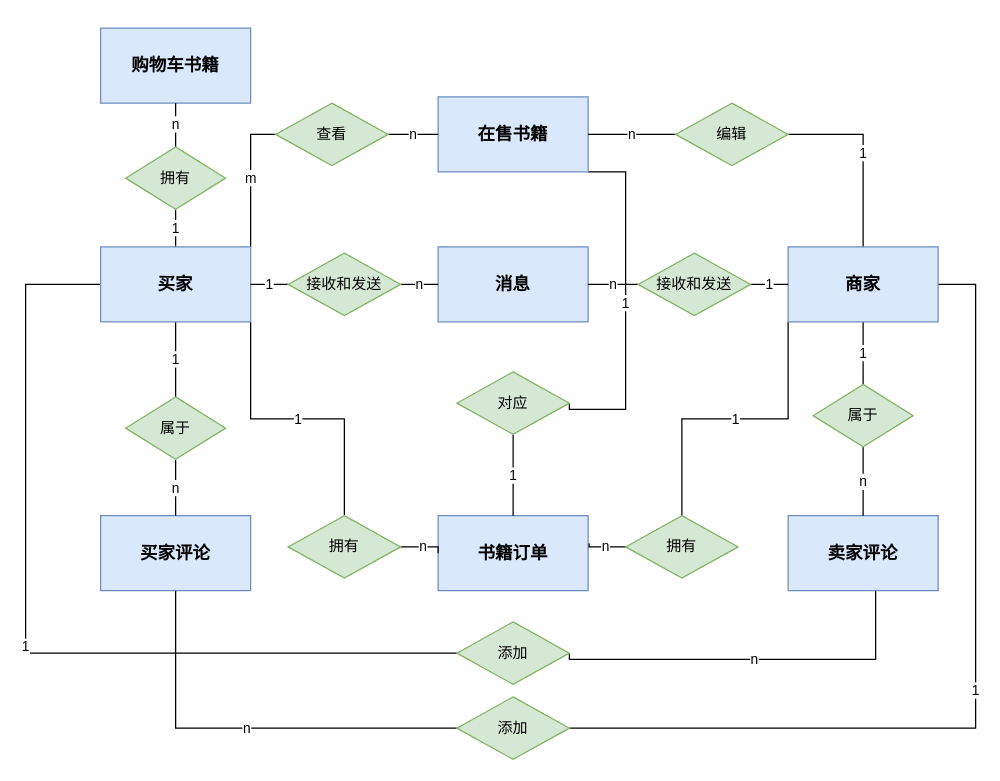
This is ER图改.drawio from Nala-YN/DatabaseWebApp, a draw.io file, before an edit. Source tidied: cells renumbered, new cells numbered last; positions are measured from the earlier drawing's top-left corner, leaving out a move shared by most shapes. Both pictures are drawn from the tidied source at 125%, with x=0, y=0 at pixel (25, 28).
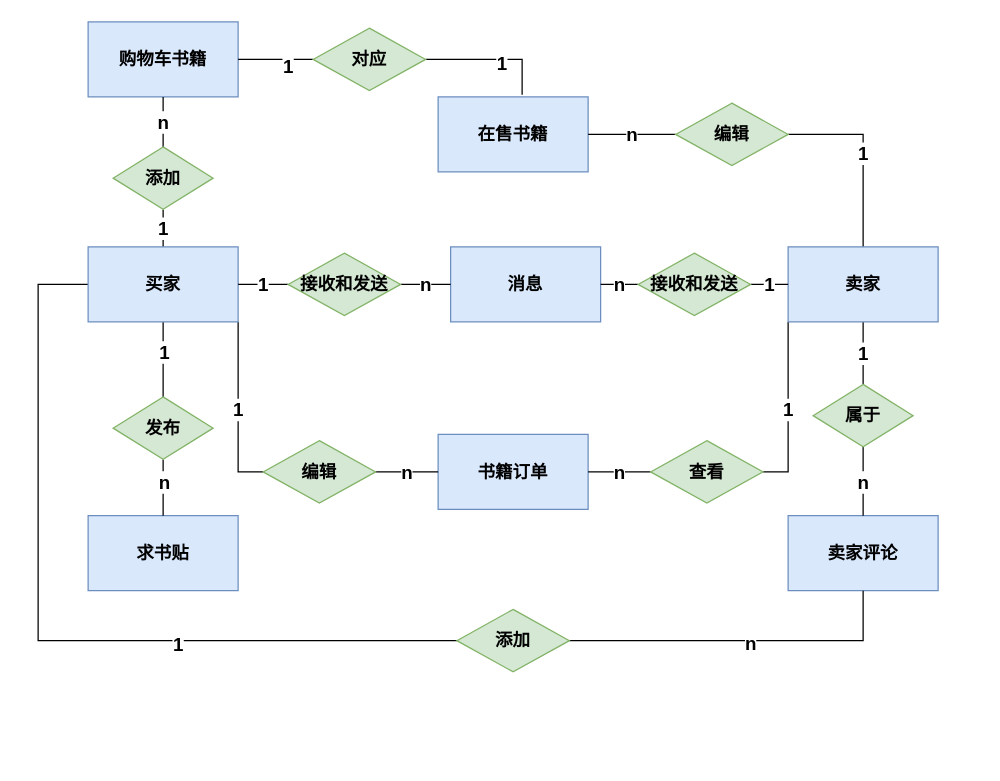
The same diagram, later.

Unchanged cells that the change refers to:
```xml
<mxCell id="14" value="&lt;font style=&quot;font-size: 14px;&quot;&gt;&lt;b&gt;在售书籍&lt;/b&gt;&lt;/font&gt;" style="rounded=0;whiteSpace=wrap;html=1;fillColor=#dae8fc;strokeColor=#6c8ebf;" parent="1" vertex="1">
  <mxGeometry x="330" y="55" width="120" height="60" as="geometry" />
</mxCell>
<mxCell id="19" value="&lt;font style=&quot;font-size: 14px;&quot;&gt;&lt;b&gt;卖家评论&lt;/b&gt;&lt;/font&gt;" style="rounded=0;whiteSpace=wrap;html=1;fillColor=#dae8fc;strokeColor=#6c8ebf;" parent="1" vertex="1">
  <mxGeometry x="610" y="390" width="120" height="60" as="geometry" />
</mxCell>
```

The edit, as a diff of the source:
```diff
@@
-    <mxCell id="2" value="1" style="edgeStyle=none;rounded=0;jettySize=auto;html=1;exitX=0.5;exitY=1;exitDx=0;exitDy=0;entryX=0.5;entryY=0;entryDx=0;entryDy=0;endArrow=none;endFill=0;" parent="1" edge="1" source="7" target="21">
-      <mxGeometry relative="1" as="geometry" />
-    </mxCell>
-    <mxCell id="3" value="1" style="edgeStyle=orthogonalEdgeStyle;rounded=0;jettySize=auto;html=1;exitX=1;exitY=1;exitDx=0;exitDy=0;entryX=0.5;entryY=0;entryDx=0;entryDy=0;endArrow=none;endFill=0;" parent="1" edge="1" source="7" target="31">
+    <mxCell id="3" value="1" style="edgeStyle=orthogonalEdgeStyle;rounded=0;jettySize=auto;html=1;exitX=1;exitY=1;exitDx=0;exitDy=0;entryX=0;entryY=0.5;entryDx=0;entryDy=0;endArrow=none;endFill=0;fontSize=15;fontStyle=1;" parent="1" edge="1" source="7" target="31">
       <mxGeometry relative="1" as="geometry" />
     </mxCell>
-    <mxCell id="4" value="1" style="edgeStyle=orthogonalEdgeStyle;rounded=0;jettySize=auto;html=1;exitX=0.5;exitY=0;exitDx=0;exitDy=0;entryX=0.5;entryY=1;entryDx=0;entryDy=0;endArrow=none;endFill=0;" parent="1" edge="1" source="7" target="35">
+    <mxCell id="4" value="1" style="edgeStyle=orthogonalEdgeStyle;rounded=0;jettySize=auto;html=1;exitX=0.5;exitY=0;exitDx=0;exitDy=0;entryX=0.5;entryY=1;entryDx=0;entryDy=0;endArrow=none;endFill=0;fontSize=15;fontStyle=1;" parent="1" edge="1" source="7" target="35">
       <mxGeometry relative="1" as="geometry" />
     </mxCell>
-    <mxCell id="5" value="m" style="edgeStyle=orthogonalEdgeStyle;rounded=0;jettySize=auto;html=1;exitX=1;exitY=0;exitDx=0;exitDy=0;endArrow=none;endFill=0;entryX=0;entryY=0.5;entryDx=0;entryDy=0;" parent="1" edge="1" source="7" target="39">
-      <mxGeometry relative="1" as="geometry" />
-    </mxCell>
-    <mxCell id="6" value="1" style="edgeStyle=orthogonalEdgeStyle;rounded=0;jettySize=auto;html=1;exitX=0;exitY=0.5;exitDx=0;exitDy=0;endArrow=none;endFill=0;entryX=0;entryY=0.5;entryDx=0;entryDy=0;" parent="1" edge="1" source="7" target="43">
-      <mxGeometry relative="1" as="geometry">
-        <Array as="points">
-          <mxPoint y="205" />
-          <mxPoint y="500" />
-        </Array>
-      </mxGeometry>
-    </mxCell>
+    <mxCell id="46" style="edgeStyle=orthogonalEdgeStyle;rounded=0;jettySize=auto;html=1;exitX=0.5;exitY=1;exitDx=0;exitDy=0;entryX=0.5;entryY=0;entryDx=0;entryDy=0;endArrow=none;endFill=0;" parent="1" edge="1" source="7" target="53">
+      <mxGeometry relative="1" as="geometry">
+        <Array as="points">
+          <mxPoint x="110" y="255" />
+          <mxPoint x="110" y="255" />
+        </Array>
+      </mxGeometry>
+    </mxCell>
+    <mxCell id="47" value="1" style="edgeLabel;html=1;align=center;verticalAlign=middle;fontSize=15;fontStyle=1;" parent="46" vertex="1">
+      <mxGeometry x="-0.25" relative="1" as="geometry" />
+    </mxCell>
+    <mxCell id="48" style="edgeStyle=orthogonalEdgeStyle;rounded=0;jettySize=auto;html=1;exitX=0;exitY=0.5;exitDx=0;exitDy=0;entryX=0;entryY=0.5;entryDx=0;entryDy=0;endArrow=none;fontSize=15;endFill=0;fontStyle=1;" parent="1" edge="1" source="7" target="56">
+      <mxGeometry relative="1" as="geometry">
+        <Array as="points">
+          <mxPoint x="10" y="205" />
+          <mxPoint x="10" y="490" />
+        </Array>
+      </mxGeometry>
+    </mxCell>
+    <mxCell id="49" value="1" style="edgeLabel;html=1;align=center;verticalAlign=middle;fontSize=15;fontFamily=Helvetica;fontColor=default;fontStyle=1;" parent="48" vertex="1">
+      <mxGeometry x="0.32" y="-2" relative="1" as="geometry" />
+    </mxCell>
     <mxCell id="7" value="&lt;font style=&quot;font-size: 14px;&quot;&gt;&lt;b&gt;买家&lt;/b&gt;&lt;/font&gt;" style="rounded=0;whiteSpace=wrap;html=1;fillColor=#dae8fc;strokeColor=#6c8ebf;" parent="1" vertex="1">
-      <mxGeometry x="60" y="175" width="120" height="60" as="geometry" />
+      <mxGeometry x="50" y="175" width="120" height="60" as="geometry" />
     </mxCell>
-    <mxCell id="8" value="1" style="edgeStyle=none;rounded=0;jettySize=auto;html=1;exitX=0.5;exitY=1;exitDx=0;exitDy=0;entryX=0.5;entryY=0;entryDx=0;entryDy=0;endArrow=none;endFill=0;" parent="1" edge="1" source="12" target="23">
+    <mxCell id="8" value="1" style="edgeStyle=none;rounded=0;jettySize=auto;html=1;exitX=0.5;exitY=1;exitDx=0;exitDy=0;entryX=0.5;entryY=0;entryDx=0;entryDy=0;endArrow=none;endFill=0;fontSize=15;fontStyle=1;" parent="1" edge="1" source="12" target="23">
       <mxGeometry relative="1" as="geometry" />
     </mxCell>
-    <mxCell id="9" value="1" style="edgeStyle=orthogonalEdgeStyle;rounded=0;jettySize=auto;html=1;exitX=0;exitY=1;exitDx=0;exitDy=0;entryX=0.5;entryY=0;entryDx=0;entryDy=0;endArrow=none;endFill=0;" parent="1" edge="1" source="12" target="33">
+    <mxCell id="9" value="1" style="edgeStyle=orthogonalEdgeStyle;rounded=0;jettySize=auto;html=1;exitX=0;exitY=1;exitDx=0;exitDy=0;entryX=1;entryY=0.5;entryDx=0;entryDy=0;endArrow=none;endFill=0;fontSize=15;fontStyle=1;" parent="1" edge="1" source="12" target="33">
       <mxGeometry relative="1" as="geometry" />
     </mxCell>
-    <mxCell id="10" value="1" style="edgeStyle=orthogonalEdgeStyle;rounded=0;jettySize=auto;html=1;exitX=0.5;exitY=0;exitDx=0;exitDy=0;entryX=1;entryY=0.5;entryDx=0;entryDy=0;endArrow=none;endFill=0;" parent="1" edge="1" source="12" target="37">
+    <mxCell id="10" value="1" style="edgeStyle=orthogonalEdgeStyle;rounded=0;jettySize=auto;html=1;exitX=0.5;exitY=0;exitDx=0;exitDy=0;entryX=1;entryY=0.5;entryDx=0;entryDy=0;endArrow=none;endFill=0;fontSize=15;fontStyle=1;" parent="1" edge="1" source="12" target="37">
       <mxGeometry relative="1" as="geometry" />
     </mxCell>
-    <mxCell id="11" value="1" style="edgeStyle=orthogonalEdgeStyle;rounded=0;jettySize=auto;html=1;exitX=1;exitY=0.5;exitDx=0;exitDy=0;endArrow=none;endFill=0;entryX=1;entryY=0.5;entryDx=0;entryDy=0;" parent="1" edge="1" source="12" target="45">
-      <mxGeometry relative="1" as="geometry">
-        <Array as="points">
-          <mxPoint x="760" y="205" />
-          <mxPoint x="760" y="560" />
-        </Array>
-      </mxGeometry>
-    </mxCell>
-    <mxCell id="12" value="&lt;font style=&quot;font-size: 14px;&quot;&gt;&lt;b&gt;商家&lt;/b&gt;&lt;/font&gt;" style="rounded=0;whiteSpace=wrap;html=1;fillColor=#dae8fc;strokeColor=#6c8ebf;" parent="1" vertex="1">
+    <mxCell id="12" value="&lt;font style=&quot;font-size: 14px;&quot;&gt;&lt;b&gt;卖家&lt;/b&gt;&lt;/font&gt;" style="rounded=0;whiteSpace=wrap;html=1;fillColor=#dae8fc;strokeColor=#6c8ebf;" parent="1" vertex="1">
       <mxGeometry x="610" y="175" width="120" height="60" as="geometry" />
     </mxCell>
-    <mxCell id="13" value="1" style="edgeStyle=orthogonalEdgeStyle;rounded=0;jettySize=auto;html=1;exitX=1;exitY=1;exitDx=0;exitDy=0;endArrow=none;endFill=0;entryX=1;entryY=0.5;entryDx=0;entryDy=0;" parent="1" edge="1" source="14" target="41">
-      <mxGeometry relative="1" as="geometry">
-        <Array as="points">
-          <mxPoint x="480" y="115" />
-          <mxPoint x="480" y="305" />
-          <mxPoint x="435" y="305" />
-        </Array>
-      </mxGeometry>
-    </mxCell>
@@
     <mxCell id="15" value="&lt;font style=&quot;font-size: 14px;&quot;&gt;&lt;b&gt;消息&lt;/b&gt;&lt;/font&gt;" style="rounded=0;whiteSpace=wrap;html=1;fillColor=#dae8fc;strokeColor=#6c8ebf;" parent="1" vertex="1">
-      <mxGeometry x="330" y="175" width="120" height="60" as="geometry" />
+      <mxGeometry x="340" y="175" width="120" height="60" as="geometry" />
     </mxCell>
     <mxCell id="16" value="&lt;b&gt;&lt;font style=&quot;font-size: 14px;&quot;&gt;购物车书籍&lt;/font&gt;&lt;/b&gt;" style="rounded=0;whiteSpace=wrap;html=1;fillColor=#dae8fc;strokeColor=#6c8ebf;" parent="1" vertex="1">
-      <mxGeometry x="60" width="120" height="60" as="geometry" />
+      <mxGeometry x="50" y="-5" width="120" height="60" as="geometry" />
     </mxCell>
     <mxCell id="17" value="&lt;font style=&quot;font-size: 14px;&quot;&gt;&lt;b&gt;书籍订单&lt;/b&gt;&lt;/font&gt;" style="rounded=0;whiteSpace=wrap;html=1;fillColor=#dae8fc;strokeColor=#6c8ebf;" parent="1" vertex="1">
-      <mxGeometry x="330" y="390" width="120" height="60" as="geometry" />
+      <mxGeometry x="330" y="325" width="120" height="60" as="geometry" />
     </mxCell>
-    <mxCell id="18" value="&lt;font style=&quot;font-size: 14px;&quot;&gt;&lt;b&gt;买家评论&lt;/b&gt;&lt;/font&gt;" style="rounded=0;whiteSpace=wrap;html=1;fillColor=#dae8fc;strokeColor=#6c8ebf;" parent="1" vertex="1">
-      <mxGeometry x="60" y="390" width="120" height="60" as="geometry" />
-    </mxCell>
@@
-    <mxCell id="20" value="n" style="edgeStyle=none;rounded=0;jettySize=auto;html=1;exitX=0.5;exitY=1;exitDx=0;exitDy=0;entryX=0.5;entryY=0;entryDx=0;entryDy=0;endArrow=none;endFill=0;" parent="1" edge="1" source="21" target="18">
-      <mxGeometry relative="1" as="geometry" />
-    </mxCell>
-    <mxCell id="21" value="属于" style="rhombus;whiteSpace=wrap;html=1;fillColor=#d5e8d4;strokeColor=#82b366;" parent="1" vertex="1">
-      <mxGeometry x="80" y="295" width="80" height="50" as="geometry" />
-    </mxCell>
-    <mxCell id="22" value="n" style="edgeStyle=none;rounded=0;jettySize=auto;html=1;exitX=0.5;exitY=1;exitDx=0;exitDy=0;entryX=0.5;entryY=0;entryDx=0;entryDy=0;endArrow=none;endFill=0;" parent="1" edge="1" source="23" target="19">
+    <mxCell id="22" value="n" style="edgeStyle=none;rounded=0;jettySize=auto;html=1;exitX=0.5;exitY=1;exitDx=0;exitDy=0;entryX=0.5;entryY=0;entryDx=0;entryDy=0;endArrow=none;endFill=0;fontSize=15;fontStyle=1;" parent="1" edge="1" source="23" target="19">
       <mxGeometry relative="1" as="geometry" />
     </mxCell>
-    <mxCell id="23" value="属于" style="rhombus;whiteSpace=wrap;html=1;fillColor=#d5e8d4;strokeColor=#82b366;" parent="1" vertex="1">
+    <mxCell id="23" value="&lt;font style=&quot;font-size: 14px;&quot;&gt;&lt;b&gt;属于&lt;/b&gt;&lt;/font&gt;" style="rhombus;whiteSpace=wrap;html=1;fillColor=#d5e8d4;strokeColor=#82b366;" parent="1" vertex="1">
       <mxGeometry x="630" y="285" width="80" height="50" as="geometry" />
     </mxCell>
-    <mxCell id="24" value="n" style="edgeStyle=none;rounded=0;jettySize=auto;html=1;exitX=1;exitY=0.5;exitDx=0;exitDy=0;entryX=0;entryY=0.5;entryDx=0;entryDy=0;endArrow=none;endFill=0;" parent="1" edge="1" source="26" target="15">
+    <mxCell id="24" value="n" style="edgeStyle=none;rounded=0;jettySize=auto;html=1;exitX=1;exitY=0.5;exitDx=0;exitDy=0;entryX=0;entryY=0.5;entryDx=0;entryDy=0;endArrow=none;endFill=0;fontSize=15;fontStyle=1;" parent="1" edge="1" source="26" target="15">
       <mxGeometry relative="1" as="geometry" />
     </mxCell>
-    <mxCell id="25" value="1" style="edgeStyle=none;rounded=0;jettySize=auto;html=1;exitX=0;exitY=0.5;exitDx=0;exitDy=0;entryX=1;entryY=0.5;entryDx=0;entryDy=0;endArrow=none;endFill=0;" parent="1" edge="1" source="26" target="7">
+    <mxCell id="25" value="1" style="edgeStyle=none;rounded=0;jettySize=auto;html=1;exitX=0;exitY=0.5;exitDx=0;exitDy=0;entryX=1;entryY=0.5;entryDx=0;entryDy=0;endArrow=none;endFill=0;fontSize=15;fontStyle=1;" parent="1" edge="1" source="26" target="7">
       <mxGeometry relative="1" as="geometry" />
     </mxCell>
-    <mxCell id="26" value="接收和发送" style="rhombus;whiteSpace=wrap;html=1;fillColor=#d5e8d4;strokeColor=#82b366;" parent="1" vertex="1">
+    <mxCell id="26" value="&lt;font style=&quot;font-size: 14px;&quot;&gt;&lt;b&gt;接收和发送&lt;/b&gt;&lt;/font&gt;" style="rhombus;whiteSpace=wrap;html=1;fillColor=#d5e8d4;strokeColor=#82b366;" parent="1" vertex="1">
       <mxGeometry x="210" y="180" width="90" height="50" as="geometry" />
     </mxCell>
-    <mxCell id="27" value="1" style="edgeStyle=none;rounded=0;jettySize=auto;html=1;exitX=1;exitY=0.5;exitDx=0;exitDy=0;entryX=0;entryY=0.5;entryDx=0;entryDy=0;endArrow=none;endFill=0;" parent="1" edge="1" source="29" target="12">
+    <mxCell id="27" value="1" style="edgeStyle=none;rounded=0;jettySize=auto;html=1;exitX=1;exitY=0.5;exitDx=0;exitDy=0;entryX=0;entryY=0.5;entryDx=0;entryDy=0;endArrow=none;endFill=0;fontSize=15;fontStyle=1;" parent="1" edge="1" source="29" target="12">
       <mxGeometry relative="1" as="geometry" />
     </mxCell>
-    <mxCell id="28" value="n" style="edgeStyle=none;rounded=0;jettySize=auto;html=1;exitX=0;exitY=0.5;exitDx=0;exitDy=0;entryX=1;entryY=0.5;entryDx=0;entryDy=0;endArrow=none;endFill=0;" parent="1" edge="1" source="29" target="15">
+    <mxCell id="28" value="n" style="edgeStyle=none;rounded=0;jettySize=auto;html=1;exitX=0;exitY=0.5;exitDx=0;exitDy=0;entryX=1;entryY=0.5;entryDx=0;entryDy=0;endArrow=none;endFill=0;fontSize=15;fontStyle=1;" parent="1" edge="1" source="29" target="15">
       <mxGeometry relative="1" as="geometry" />
     </mxCell>
-    <mxCell id="29" value="接收和发送" style="rhombus;whiteSpace=wrap;html=1;fillColor=#d5e8d4;strokeColor=#82b366;" parent="1" vertex="1">
+    <mxCell id="29" value="&lt;font style=&quot;font-size: 14px;&quot;&gt;&lt;b&gt;接收和发送&lt;/b&gt;&lt;/font&gt;" style="rhombus;whiteSpace=wrap;html=1;fillColor=#d5e8d4;strokeColor=#82b366;" parent="1" vertex="1">
       <mxGeometry x="490" y="180" width="90" height="50" as="geometry" />
     </mxCell>
-    <mxCell id="30" value="n" style="edgeStyle=orthogonalEdgeStyle;rounded=0;jettySize=auto;html=1;exitX=1;exitY=0.5;exitDx=0;exitDy=0;entryX=0;entryY=0.5;entryDx=0;entryDy=0;endArrow=none;endFill=0;" parent="1" edge="1" source="31" target="17">
+    <mxCell id="30" value="n" style="edgeStyle=orthogonalEdgeStyle;rounded=0;jettySize=auto;html=1;exitX=1;exitY=0.5;exitDx=0;exitDy=0;entryX=0;entryY=0.5;entryDx=0;entryDy=0;endArrow=none;endFill=0;fontSize=15;fontStyle=1;" parent="1" edge="1" source="31" target="17">
       <mxGeometry relative="1" as="geometry" />
     </mxCell>
-    <mxCell id="31" value="拥有" style="rhombus;whiteSpace=wrap;html=1;fillColor=#d5e8d4;strokeColor=#82b366;" parent="1" vertex="1">
-      <mxGeometry x="210" y="390" width="90" height="50" as="geometry" />
+    <mxCell id="31" value="&lt;font style=&quot;font-size: 14px;&quot;&gt;&lt;b&gt;编辑&lt;/b&gt;&lt;/font&gt;" style="rhombus;whiteSpace=wrap;html=1;fillColor=#d5e8d4;strokeColor=#82b366;" parent="1" vertex="1">
+      <mxGeometry x="190" y="330" width="90" height="50" as="geometry" />
     </mxCell>
-    <mxCell id="32" value="n" style="edgeStyle=orthogonalEdgeStyle;rounded=0;jettySize=auto;html=1;exitX=0;exitY=0.5;exitDx=0;exitDy=0;entryX=1.007;entryY=0.37;entryDx=0;entryDy=0;entryPerimeter=0;endArrow=none;endFill=0;" parent="1" edge="1" source="33" target="17">
+    <mxCell id="32" value="n" style="edgeStyle=orthogonalEdgeStyle;rounded=0;jettySize=auto;html=1;exitX=0;exitY=0.5;exitDx=0;exitDy=0;entryX=1;entryY=0.5;entryDx=0;entryDy=0;endArrow=none;endFill=0;fontSize=15;fontStyle=1;" parent="1" edge="1" source="33" target="17">
       <mxGeometry relative="1" as="geometry" />
     </mxCell>
-    <mxCell id="33" value="拥有" style="rhombus;whiteSpace=wrap;html=1;fillColor=#d5e8d4;strokeColor=#82b366;" parent="1" vertex="1">
-      <mxGeometry x="480" y="390" width="90" height="50" as="geometry" />
+    <mxCell id="33" value="&lt;font style=&quot;font-size: 14px;&quot;&gt;&lt;b&gt;查看&lt;/b&gt;&lt;/font&gt;" style="rhombus;whiteSpace=wrap;html=1;fillColor=#d5e8d4;strokeColor=#82b366;" parent="1" vertex="1">
+      <mxGeometry x="500" y="330" width="90" height="50" as="geometry" />
     </mxCell>
-    <mxCell id="34" value="n" style="edgeStyle=orthogonalEdgeStyle;rounded=0;jettySize=auto;html=1;exitX=0.5;exitY=0;exitDx=0;exitDy=0;entryX=0.5;entryY=1;entryDx=0;entryDy=0;endArrow=none;endFill=0;" parent="1" edge="1" source="35" target="16">
+    <mxCell id="34" value="n" style="edgeStyle=orthogonalEdgeStyle;rounded=0;jettySize=auto;html=1;exitX=0.5;exitY=0;exitDx=0;exitDy=0;entryX=0.5;entryY=1;entryDx=0;entryDy=0;endArrow=none;endFill=0;fontSize=15;fontStyle=1;" parent="1" edge="1" source="35" target="16">
       <mxGeometry relative="1" as="geometry" />
     </mxCell>
-    <mxCell id="35" value="拥有" style="rhombus;whiteSpace=wrap;html=1;fillColor=#d5e8d4;strokeColor=#82b366;" parent="1" vertex="1">
-      <mxGeometry x="80" y="95" width="80" height="50" as="geometry" />
+    <mxCell id="35" value="&lt;font style=&quot;font-size: 14px;&quot;&gt;&lt;b&gt;添加&lt;/b&gt;&lt;/font&gt;" style="rhombus;whiteSpace=wrap;html=1;fillColor=#d5e8d4;strokeColor=#82b366;" parent="1" vertex="1">
+      <mxGeometry x="70" y="95" width="80" height="50" as="geometry" />
     </mxCell>
-    <mxCell id="36" value="n" style="edgeStyle=orthogonalEdgeStyle;rounded=0;jettySize=auto;html=1;exitX=0;exitY=0.5;exitDx=0;exitDy=0;entryX=1;entryY=0.5;entryDx=0;entryDy=0;endArrow=none;endFill=0;" parent="1" edge="1" source="37" target="14">
+    <mxCell id="36" value="n" style="edgeStyle=orthogonalEdgeStyle;rounded=0;jettySize=auto;html=1;exitX=0;exitY=0.5;exitDx=0;exitDy=0;entryX=1;entryY=0.5;entryDx=0;entryDy=0;endArrow=none;endFill=0;fontSize=15;fontStyle=1;" parent="1" edge="1" source="37" target="14">
       <mxGeometry relative="1" as="geometry" />
     </mxCell>
-    <mxCell id="37" value="编辑" style="rhombus;whiteSpace=wrap;html=1;fillColor=#d5e8d4;strokeColor=#82b366;" parent="1" vertex="1">
+    <mxCell id="37" value="&lt;font style=&quot;font-size: 14px;&quot;&gt;&lt;b&gt;编辑&lt;/b&gt;&lt;/font&gt;" style="rhombus;whiteSpace=wrap;html=1;fillColor=#d5e8d4;strokeColor=#82b366;" parent="1" vertex="1">
       <mxGeometry x="520" y="60" width="90" height="50" as="geometry" />
     </mxCell>
-    <mxCell id="38" value="n" style="edgeStyle=orthogonalEdgeStyle;rounded=0;jettySize=auto;html=1;exitX=1;exitY=0.5;exitDx=0;exitDy=0;entryX=0;entryY=0.5;entryDx=0;entryDy=0;endArrow=none;endFill=0;" parent="1" edge="1" source="39" target="14">
-      <mxGeometry relative="1" as="geometry" />
-    </mxCell>
-    <mxCell id="39" value="查看" style="rhombus;whiteSpace=wrap;html=1;fillColor=#d5e8d4;strokeColor=#82b366;" parent="1" vertex="1">
-      <mxGeometry x="200" y="60" width="90" height="50" as="geometry" />
-    </mxCell>
-    <mxCell id="40" value="1" style="edgeStyle=orthogonalEdgeStyle;rounded=0;jettySize=auto;html=1;exitX=0.5;exitY=1;exitDx=0;exitDy=0;entryX=0.5;entryY=0;entryDx=0;entryDy=0;endArrow=none;endFill=0;" parent="1" edge="1" source="41" target="17">
-      <mxGeometry relative="1" as="geometry" />
-    </mxCell>
+    <mxCell id="50" value="&lt;span style=&quot;font-size: 14px;&quot;&gt;&lt;b&gt;求书贴&lt;/b&gt;&lt;/span&gt;" style="rounded=0;whiteSpace=wrap;html=1;fillColor=#dae8fc;strokeColor=#6c8ebf;" parent="1" vertex="1">
+      <mxGeometry x="50" y="390" width="120" height="60" as="geometry" />
+    </mxCell>
+    <mxCell id="51" style="edgeStyle=orthogonalEdgeStyle;rounded=0;jettySize=auto;html=1;exitX=0.5;exitY=1;exitDx=0;exitDy=0;entryX=0.5;entryY=0;entryDx=0;entryDy=0;fontSize=13;fontStyle=1;endArrow=none;endFill=0;" parent="1" edge="1" source="53" target="50">
+      <mxGeometry relative="1" as="geometry" />
+    </mxCell>
+    <mxCell id="52" value="n" style="edgeLabel;html=1;align=center;verticalAlign=middle;fontSize=15;fontStyle=1;" parent="51" vertex="1">
+      <mxGeometry x="-0.25" y="2" relative="1" as="geometry">
+        <mxPoint x="-2" as="offset" />
+      </mxGeometry>
+    </mxCell>
+    <mxCell id="53" value="&lt;font style=&quot;font-size: 14px;&quot;&gt;&lt;b&gt;发布&lt;/b&gt;&lt;/font&gt;" style="rhombus;whiteSpace=wrap;html=1;fillColor=#d5e8d4;strokeColor=#82b366;" parent="1" vertex="1">
+      <mxGeometry x="70" y="295" width="80" height="50" as="geometry" />
+    </mxCell>
+    <mxCell id="54" style="edgeStyle=orthogonalEdgeStyle;shape=connector;rounded=0;jettySize=auto;html=1;exitX=1;exitY=0.5;exitDx=0;exitDy=0;entryX=0.5;entryY=1;entryDx=0;entryDy=0;labelBackgroundColor=default;strokeColor=default;fontFamily=Helvetica;fontSize=15;fontColor=default;endArrow=none;endFill=0;fontStyle=1;" parent="1" edge="1" source="56" target="19">
+      <mxGeometry relative="1" as="geometry" />
+    </mxCell>
+    <mxCell id="55" value="n" style="edgeLabel;html=1;align=center;verticalAlign=middle;fontSize=15;fontFamily=Helvetica;fontColor=default;fontStyle=1;" parent="54" vertex="1">
+      <mxGeometry x="0.05" y="-1" relative="1" as="geometry" />
+    </mxCell>
+    <mxCell id="56" value="&lt;span style=&quot;font-size: 14px;&quot;&gt;&lt;b&gt;添加&lt;/b&gt;&lt;/span&gt;" style="rhombus;whiteSpace=wrap;html=1;fillColor=#d5e8d4;strokeColor=#82b366;" parent="1" vertex="1">
+      <mxGeometry x="345" y="465" width="90" height="50" as="geometry" />
+    </mxCell>
+    <mxCell id="57" style="edgeStyle=orthogonalEdgeStyle;shape=connector;rounded=0;jettySize=auto;html=1;exitX=1;exitY=0.5;exitDx=0;exitDy=0;entryX=0.56;entryY=-0.027;entryDx=0;entryDy=0;entryPerimeter=0;labelBackgroundColor=default;strokeColor=default;fontFamily=Helvetica;fontSize=15;fontColor=default;endArrow=none;endFill=0;fontStyle=1;" parent="1" edge="1" source="41" target="14">
+      <mxGeometry relative="1" as="geometry" />
+    </mxCell>
+    <mxCell id="58" value="1" style="edgeLabel;html=1;align=center;verticalAlign=middle;fontSize=15;fontFamily=Helvetica;fontColor=default;fontStyle=1;" parent="57" vertex="1">
+      <mxGeometry x="0.14" y="-2" relative="1" as="geometry" />
+    </mxCell>
+    <mxCell id="59" style="edgeStyle=orthogonalEdgeStyle;shape=connector;rounded=0;jettySize=auto;html=1;exitX=0;exitY=0.5;exitDx=0;exitDy=0;entryX=1;entryY=0.5;entryDx=0;entryDy=0;labelBackgroundColor=default;strokeColor=default;fontFamily=Helvetica;fontSize=15;fontColor=default;endArrow=none;endFill=0;fontStyle=1;" parent="1" edge="1" source="41" target="16">
+      <mxGeometry relative="1" as="geometry" />
+    </mxCell>
+    <mxCell id="60" value="1" style="edgeLabel;html=1;align=center;verticalAlign=middle;fontSize=15;fontFamily=Helvetica;fontColor=default;fontStyle=1;" parent="59" vertex="1">
+      <mxGeometry x="-0.3" y="4" relative="1" as="geometry" />
+    </mxCell>
-    <mxCell id="41" value="对应" style="rhombus;whiteSpace=wrap;html=1;fillColor=#d5e8d4;strokeColor=#82b366;" parent="1" vertex="1">
-      <mxGeometry x="345" y="275" width="90" height="50" as="geometry" />
+    <mxCell id="41" value="&lt;span style=&quot;font-size: 14px;&quot;&gt;&lt;b&gt;对应&lt;/b&gt;&lt;/span&gt;" style="rhombus;whiteSpace=wrap;html=1;fillColor=#d5e8d4;strokeColor=#82b366;" parent="1" vertex="1">
+      <mxGeometry x="230" width="90" height="50" as="geometry" />
     </mxCell>
-    <mxCell id="42" value="n" style="edgeStyle=orthogonalEdgeStyle;rounded=0;jettySize=auto;html=1;exitX=1;exitY=0.5;exitDx=0;exitDy=0;endArrow=none;endFill=0;" parent="1" edge="1" source="43" target="19">
-      <mxGeometry relative="1" as="geometry">
-        <Array as="points">
-          <mxPoint x="435" y="505" />
-          <mxPoint x="680" y="505" />
-        </Array>
-      </mxGeometry>
-    </mxCell>
-    <mxCell id="43" value="添加" style="rhombus;whiteSpace=wrap;html=1;fillColor=#d5e8d4;strokeColor=#82b366;" parent="1" vertex="1">
-      <mxGeometry x="345" y="475" width="90" height="50" as="geometry" />
-    </mxCell>
-    <mxCell id="44" value="n" style="edgeStyle=orthogonalEdgeStyle;rounded=0;jettySize=auto;html=1;exitX=0;exitY=0.5;exitDx=0;exitDy=0;entryX=0.5;entryY=1;entryDx=0;entryDy=0;endArrow=none;endFill=0;" parent="1" edge="1" source="45" target="18">
-      <mxGeometry relative="1" as="geometry" />
-    </mxCell>
-    <mxCell id="45" value="添加" style="rhombus;whiteSpace=wrap;html=1;fillColor=#d5e8d4;strokeColor=#82b366;" parent="1" vertex="1">
-      <mxGeometry x="345" y="535" width="90" height="50" as="geometry" />
-    </mxCell>
```
